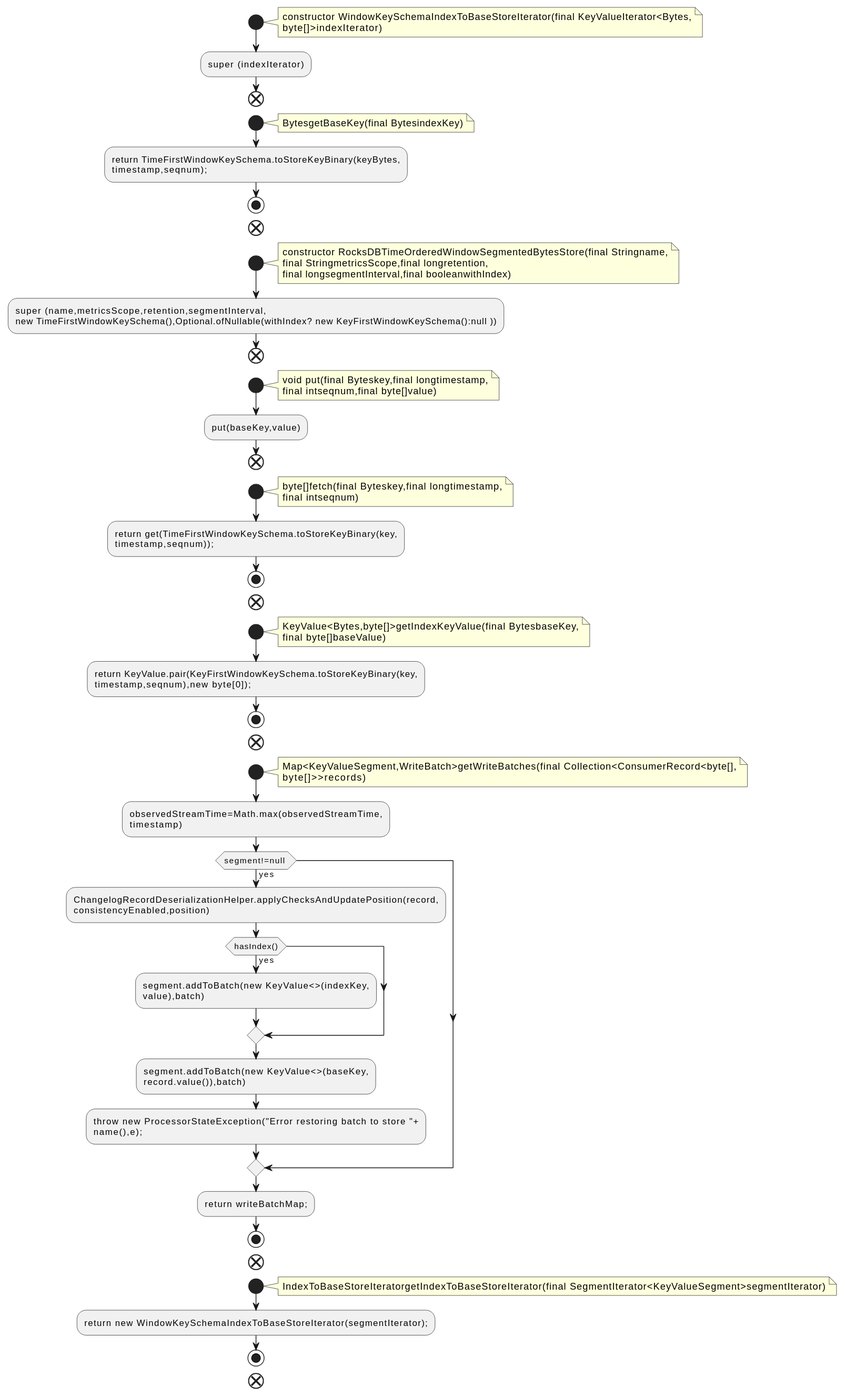
The PlantUML diagram docs/qc/streams/src/main/java/org/apache/kafka/streams/state/internals/RocksDBTimeOrderedWindowSegmentedBytesStore.java.fct.svg in qualitesys/kafka, before a commit.
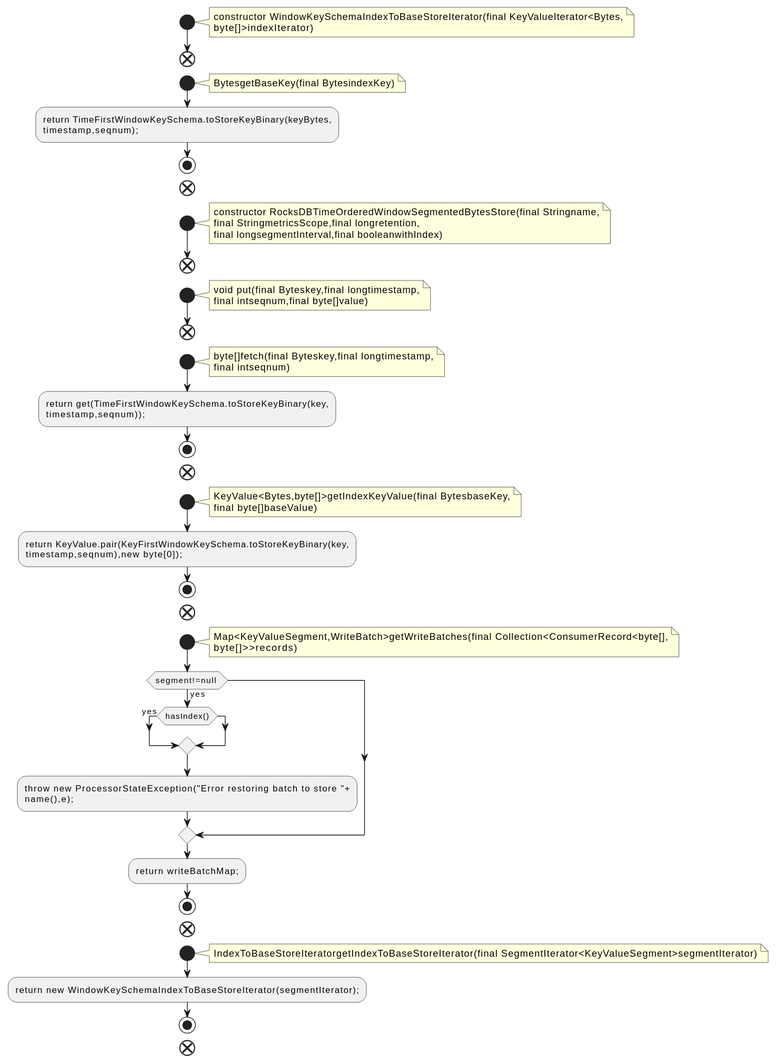
The same diagram one commit later.

The edit, as a diff of the source:
```diff
@@ -5,7 +5,6 @@
 constructor WindowKeySchemaIndexToBaseStoreIterator(final KeyValueIterator<Bytes,
 byte[]>indexIterator)
 end note
-:super (indexIterator);
 end
 start
 note right
@@ -21,15 +20,12 @@
 final StringmetricsScope,final longretention,
 final longsegmentInterval,final booleanwithIndex)
 end note
-:super (name,metricsScope,retention,segmentInterval,
-new TimeFirstWindowKeySchema(),Optional.ofNullable(withIndex? new KeyFirstWindowKeySchema():null ));
 end
 start
 note right
 void put(final Byteskey,final longtimestamp,
 final intseqnum,final byte[]value)
 end note
-:put(baseKey,value);
 end
 start
 note right
@@ -54,17 +50,9 @@
 Map<KeyValueSegment,WriteBatch>getWriteBatches(final Collection<ConsumerRecord<byte[],
 byte[]>>records)
 end note
-:observedStreamTime=Math.max(observedStreamTime,
-timestamp);
 if (segment!=null ) then (yes)
-:ChangelogRecordDeserializationHelper.applyChecksAndUpdatePosition(record,
-consistencyEnabled,position);
 if (hasIndex()) then (yes)
-:segment.addToBatch(new KeyValue<>(indexKey,
-value),batch);
 endif
-:segment.addToBatch(new KeyValue<>(baseKey,
-record.value()),batch);
 :throw new ProcessorStateException("Error restoring batch to store "+
 name(),e);;
 endif
```
